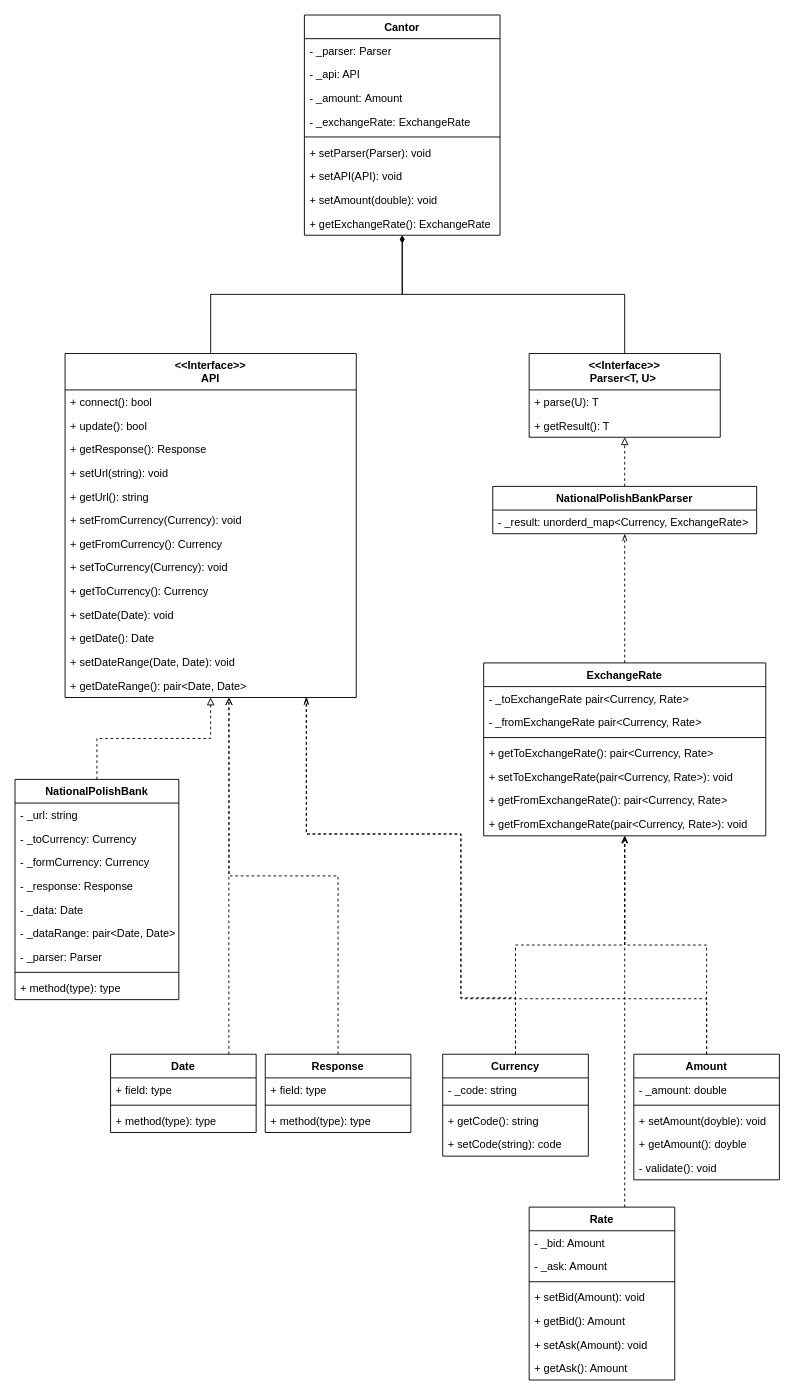
Earlier version of the draw.io diagram UML_diagram.drawio (MateuszMiekicki/change_currencies). Source tidied: cells renumbered, new cells numbered last; positions are measured from the earlier drawing's top-left corner, leaving out a move shared by most shapes. Both pictures are drawn from the tidied source at 91%, with x=0, y=0 at pixel (15, 15).
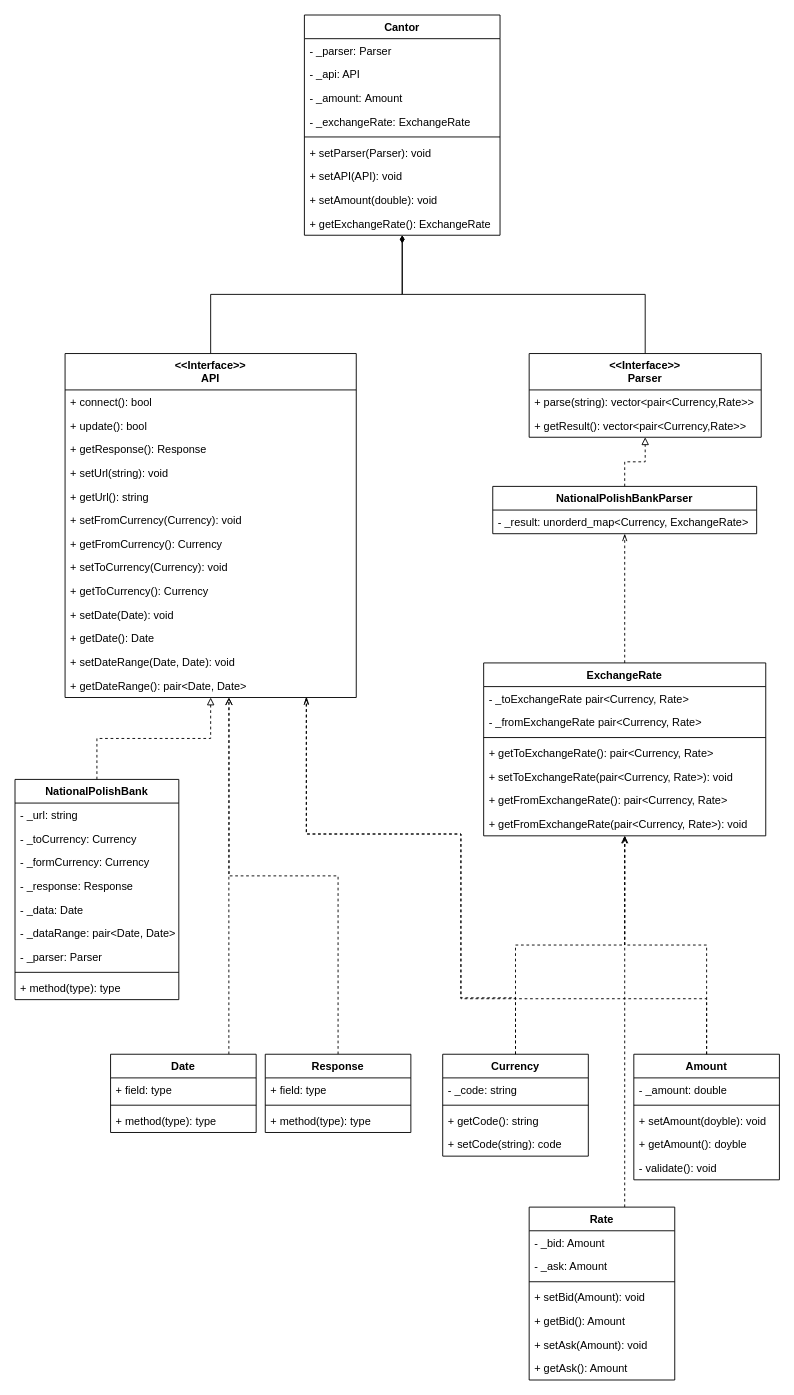
After the change.

Commit message (it also covers changes not shown here):
Changing the implementation of the interface to make it even more versatile.

Removal of the class template. Replaced template with constant types, known at compile time.

Change to the diagram source:
```diff
@@
-    <mxCell id="45" value="&lt;&lt;Interface&gt;&gt;&#10;Parser&lt;T, U&gt; " style="swimlane;fontStyle=1;align=center;verticalAlign=top;horizontal=1;startSize=40;" parent="1" vertex="1">
-      <mxGeometry x="565" y="372" width="210" height="92" as="geometry" />
+    <mxCell id="45" value="&lt;&lt;Interface&gt;&gt;&#10;Parser" style="swimlane;fontStyle=1;align=center;verticalAlign=top;horizontal=1;startSize=40;" parent="1" vertex="1">
+      <mxGeometry x="565" y="372" width="255" height="92" as="geometry" />
     </mxCell>
-    <mxCell id="46" value="+ parse(U): T" style="text;strokeColor=none;fillColor=none;align=left;verticalAlign=top;spacingLeft=4;spacingRight=4;overflow=hidden;" parent="45" vertex="1">
-      <mxGeometry y="40" width="210" height="26" as="geometry" />
+    <mxCell id="46" value="+ parse(string): vector&lt;pair&lt;Currency,Rate&gt;&gt;" style="text;strokeColor=none;fillColor=none;align=left;verticalAlign=top;spacingLeft=4;spacingRight=4;overflow=hidden;" parent="45" vertex="1">
+      <mxGeometry y="40" width="255" height="26" as="geometry" />
     </mxCell>
-    <mxCell id="47" value="+ getResult(): T" style="text;strokeColor=none;fillColor=none;align=left;verticalAlign=top;spacingLeft=4;spacingRight=4;overflow=hidden;" parent="45" vertex="1">
-      <mxGeometry y="66" width="210" height="26" as="geometry" />
+    <mxCell id="47" value="+ getResult(): vector&lt;pair&lt;Currency,Rate&gt;&gt;" style="text;strokeColor=none;fillColor=none;align=left;verticalAlign=top;spacingLeft=4;spacingRight=4;overflow=hidden;" parent="45" vertex="1">
+      <mxGeometry y="66" width="255" height="26" as="geometry" />
     </mxCell>
```
